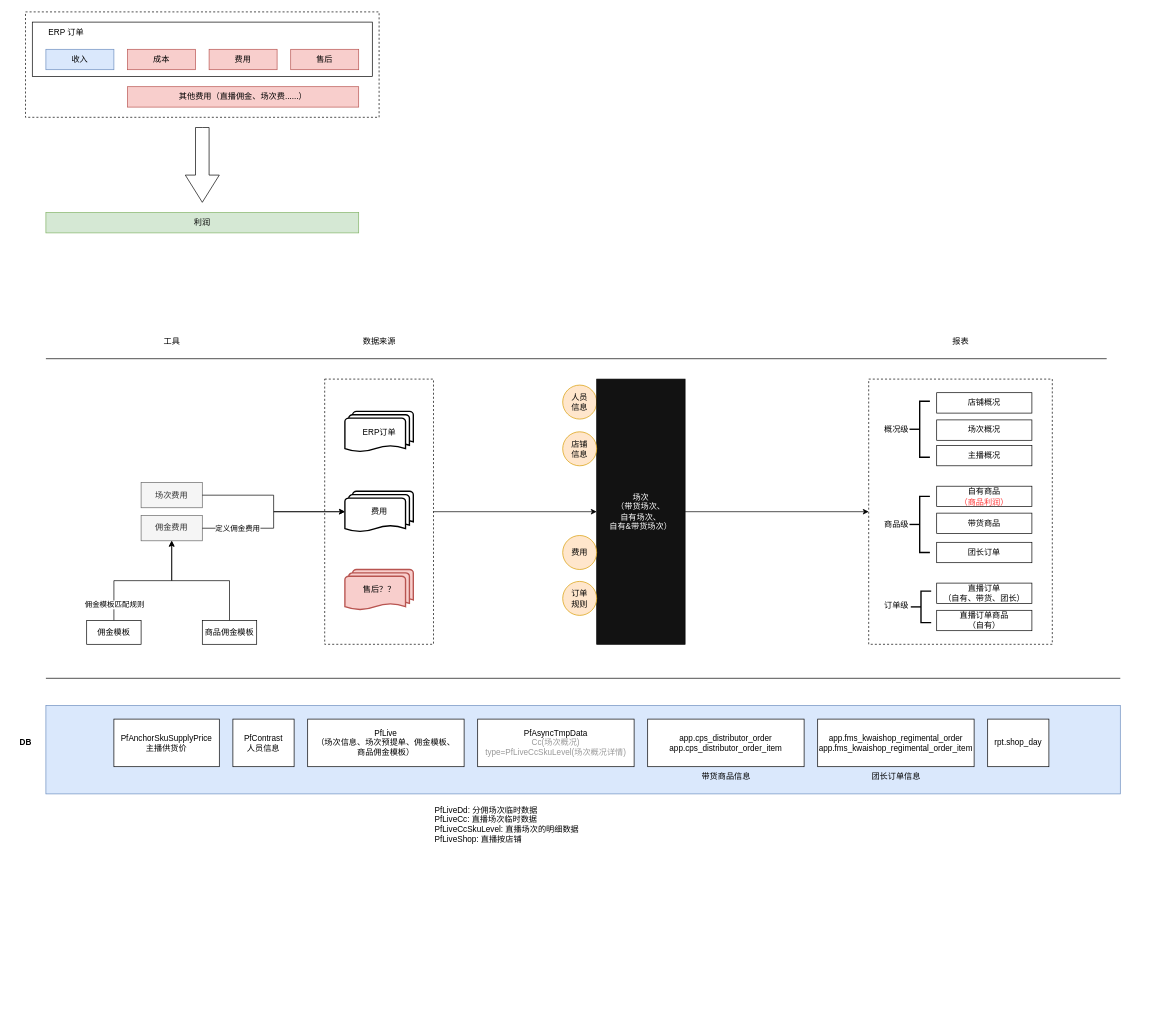
This is pflive.drawio from Timothyliao/diagramsRepo, a draw.io file, before an edit. Source tidied: cells renumbered, new cells numbered last; positions are measured from the earlier drawing's top-left corner, leaving out a move shared by most shapes. Both pictures are drawn from the tidied source at 68%, with x=0, y=0 at pixel (12, 12).
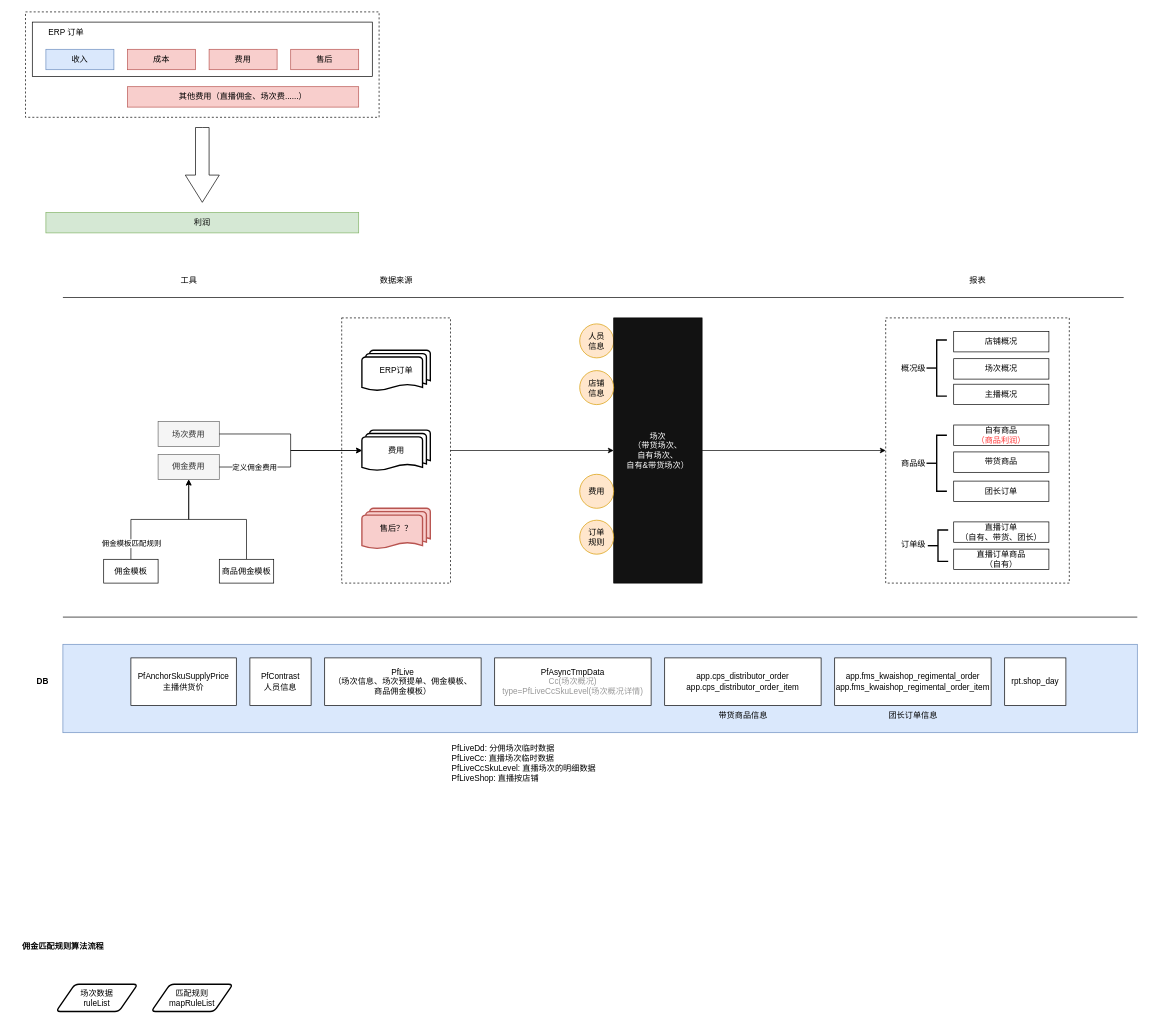
After the change.

The change refers to these unchanged cells:
```xml
<mxCell id="37" style="rounded=0;whiteSpace=wrap;html=1;fillColor=none;dashed=1;" parent="36" vertex="1">
  <mxGeometry width="270" height="390" as="geometry" />
</mxCell>
<mxCell id="53" style="rounded=0;whiteSpace=wrap;html=1;fillColor=none;dashed=1;" parent="52" vertex="1">
  <mxGeometry width="160" height="390" as="geometry" />
</mxCell>
<mxCell id="55" value="费用" style="strokeWidth=2;html=1;shape=mxgraph.flowchart.multi-document;whiteSpace=wrap;" parent="52" vertex="1">
  <mxGeometry x="29.7" y="165" width="100.6" height="60" as="geometry" />
</mxCell>
```

Change to the diagram source:
```diff
@@
-    <mxCell id="2" style="group;" parent="1" vertex="1">
-      <mxGeometry x="810" y="540" width="180" height="390" as="geometry" />
-    </mxCell>
-    <mxCell id="3" value="人员&lt;br&gt;信息" style="ellipse;whiteSpace=wrap;html=1;fillColor=#ffe6cc;strokeColor=#d79b00;" parent="2" vertex="1">
-      <mxGeometry y="8.8" width="50" height="50" as="geometry" />
-    </mxCell>
-    <mxCell id="4" value="&lt;font color=&quot;#ffffff&quot;&gt;场次&lt;br&gt;（带货场次、&lt;br&gt;自有场次、&lt;br&gt;自有&amp;amp;带货场次）&lt;br&gt;&lt;/font&gt;" style="rounded=0;whiteSpace=wrap;html=1;fillColor=#121212;" parent="2" vertex="1">
-      <mxGeometry x="50" width="130" height="390" as="geometry" />
-    </mxCell>
-    <mxCell id="5" value="店铺&lt;br&gt;信息" style="ellipse;whiteSpace=wrap;html=1;fillColor=#ffe6cc;strokeColor=#d79b00;" parent="2" vertex="1">
-      <mxGeometry y="77.5" width="50" height="50" as="geometry" />
-    </mxCell>
-    <mxCell id="6" value="费用" style="ellipse;whiteSpace=wrap;html=1;fillColor=#ffe6cc;strokeColor=#d79b00;" parent="2" vertex="1">
-      <mxGeometry y="230" width="50" height="50" as="geometry" />
-    </mxCell>
-    <mxCell id="7" value="订单&lt;br&gt;规则" style="ellipse;whiteSpace=wrap;html=1;fillColor=#ffe6cc;strokeColor=#d79b00;" parent="2" vertex="1">
-      <mxGeometry y="297.5" width="50" height="50" as="geometry" />
-    </mxCell>
-    <mxCell id="8" style="edgeStyle=orthogonalEdgeStyle;rounded=0;jettySize=auto;html=1;entryX=0;entryY=0.5;entryDx=0;entryDy=0;" parent="1" edge="1" source="53" target="4">
-      <mxGeometry relative="1" as="geometry" />
-    </mxCell>
@@
+    <mxCell id="68" style="group;" parent="1" vertex="1">
+      <mxGeometry x="25" y="380" width="1630" height="760" as="geometry" />
+    </mxCell>
+    <mxCell id="2" style="group;" parent="68" vertex="1">
+      <mxGeometry x="810" y="70" width="180" height="390" as="geometry" />
+    </mxCell>
+    <mxCell id="3" value="人员&lt;br&gt;信息" style="ellipse;whiteSpace=wrap;html=1;fillColor=#ffe6cc;strokeColor=#d79b00;" parent="2" vertex="1">
+      <mxGeometry y="8.8" width="50" height="50" as="geometry" />
+    </mxCell>
+    <mxCell id="4" value="&lt;font color=&quot;#ffffff&quot;&gt;场次&lt;br&gt;（带货场次、&lt;br&gt;自有场次、&lt;br&gt;自有&amp;amp;带货场次）&lt;br&gt;&lt;/font&gt;" style="rounded=0;whiteSpace=wrap;html=1;fillColor=#121212;" parent="2" vertex="1">
+      <mxGeometry x="50" width="130" height="390" as="geometry" />
+    </mxCell>
+    <mxCell id="5" value="店铺&lt;br&gt;信息" style="ellipse;whiteSpace=wrap;html=1;fillColor=#ffe6cc;strokeColor=#d79b00;" parent="2" vertex="1">
+      <mxGeometry y="77.5" width="50" height="50" as="geometry" />
+    </mxCell>
+    <mxCell id="6" value="费用" style="ellipse;whiteSpace=wrap;html=1;fillColor=#ffe6cc;strokeColor=#d79b00;" parent="2" vertex="1">
+      <mxGeometry y="230" width="50" height="50" as="geometry" />
+    </mxCell>
+    <mxCell id="7" value="订单&lt;br&gt;规则" style="ellipse;whiteSpace=wrap;html=1;fillColor=#ffe6cc;strokeColor=#d79b00;" parent="2" vertex="1">
+      <mxGeometry y="297.5" width="50" height="50" as="geometry" />
+    </mxCell>
+    <mxCell id="8" style="edgeStyle=orthogonalEdgeStyle;rounded=0;jettySize=auto;html=1;entryX=0;entryY=0.5;entryDx=0;entryDy=0;" parent="68" edge="1" source="53" target="4">
+      <mxGeometry relative="1" as="geometry" />
+    </mxCell>
-    <mxCell id="19" style="edgeStyle=orthogonalEdgeStyle;rounded=0;jettySize=auto;html=1;entryX=0;entryY=0.5;entryDx=0;entryDy=0;" parent="1" edge="1" source="4" target="37">
+    <mxCell id="19" style="edgeStyle=orthogonalEdgeStyle;rounded=0;jettySize=auto;html=1;entryX=0;entryY=0.5;entryDx=0;entryDy=0;" parent="68" edge="1" source="4" target="37">
       <mxGeometry relative="1" as="geometry" />
     </mxCell>
-    <mxCell id="20" value="佣金费用" style="rounded=0;whiteSpace=wrap;html=1;fillColor=#f5f5f5;fontColor=#333333;strokeColor=#666666;" parent="1" vertex="1">
-      <mxGeometry x="190" y="740.8" width="90" height="37" as="geometry" />
+    <mxCell id="20" value="佣金费用" style="rounded=0;whiteSpace=wrap;html=1;fillColor=#f5f5f5;fontColor=#333333;strokeColor=#666666;" parent="68" vertex="1">
+      <mxGeometry x="190" y="270.8" width="90" height="37" as="geometry" />
     </mxCell>
-    <mxCell id="21" style="edgeStyle=orthogonalEdgeStyle;rounded=0;jettySize=auto;html=1;" parent="1" edge="1" source="23" target="20">
+    <mxCell id="21" style="edgeStyle=orthogonalEdgeStyle;rounded=0;jettySize=auto;html=1;" parent="68" edge="1" source="23" target="20">
       <mxGeometry relative="1" as="geometry" />
     </mxCell>
@@
-    <mxCell id="23" value="佣金模板" style="rounded=0;whiteSpace=wrap;html=1;" parent="1" vertex="1">
-      <mxGeometry x="110" y="895" width="80" height="35" as="geometry" />
+    <mxCell id="23" value="佣金模板" style="rounded=0;whiteSpace=wrap;html=1;" parent="68" vertex="1">
+      <mxGeometry x="110" y="425" width="80" height="35" as="geometry" />
     </mxCell>
-    <mxCell id="24" style="edgeStyle=orthogonalEdgeStyle;rounded=0;jettySize=auto;html=1;" parent="1" edge="1" source="25" target="20">
+    <mxCell id="24" style="edgeStyle=orthogonalEdgeStyle;rounded=0;jettySize=auto;html=1;" parent="68" edge="1" source="25" target="20">
       <mxGeometry relative="1" as="geometry" />
     </mxCell>
-    <mxCell id="25" value="商品佣金模板" style="rounded=0;whiteSpace=wrap;html=1;" parent="1" vertex="1">
-      <mxGeometry x="280" y="895" width="80" height="35" as="geometry" />
+    <mxCell id="25" value="商品佣金模板" style="rounded=0;whiteSpace=wrap;html=1;" parent="68" vertex="1">
+      <mxGeometry x="280" y="425" width="80" height="35" as="geometry" />
     </mxCell>
-    <mxCell id="26" value="场次费用" style="rounded=0;whiteSpace=wrap;html=1;fillColor=#f5f5f5;fontColor=#333333;strokeColor=#666666;" parent="1" vertex="1">
-      <mxGeometry x="190" y="692.2" width="90" height="37" as="geometry" />
+    <mxCell id="26" value="场次费用" style="rounded=0;whiteSpace=wrap;html=1;fillColor=#f5f5f5;fontColor=#333333;strokeColor=#666666;" parent="68" vertex="1">
+      <mxGeometry x="190" y="222.2" width="90" height="37" as="geometry" />
     </mxCell>
-    <mxCell id="27" style="edgeStyle=orthogonalEdgeStyle;rounded=0;jettySize=auto;html=1;entryX=0;entryY=0.5;entryDx=0;entryDy=0;entryPerimeter=0;" parent="1" edge="1" source="20" target="55">
+    <mxCell id="27" style="edgeStyle=orthogonalEdgeStyle;rounded=0;jettySize=auto;html=1;entryX=0;entryY=0.5;entryDx=0;entryDy=0;entryPerimeter=0;" parent="68" edge="1" source="20" target="55">
       <mxGeometry relative="1" as="geometry" />
     </mxCell>
@@
-    <mxCell id="29" style="edgeStyle=orthogonalEdgeStyle;rounded=0;jettySize=auto;html=1;entryX=0;entryY=0.5;entryDx=0;entryDy=0;entryPerimeter=0;" parent="1" edge="1" source="26" target="55">
+    <mxCell id="29" style="edgeStyle=orthogonalEdgeStyle;rounded=0;jettySize=auto;html=1;entryX=0;entryY=0.5;entryDx=0;entryDy=0;entryPerimeter=0;" parent="68" edge="1" source="26" target="55">
       <mxGeometry relative="1" as="geometry" />
     </mxCell>
-    <mxCell id="30" style="rounded=0;whiteSpace=wrap;html=1;fillColor=#dae8fc;strokeColor=#6c8ebf;" parent="1" vertex="1">
-      <mxGeometry x="50" y="1020" width="1580" height="130" as="geometry" />
+    <mxCell id="30" style="rounded=0;whiteSpace=wrap;html=1;fillColor=#dae8fc;strokeColor=#6c8ebf;" parent="68" vertex="1">
+      <mxGeometry x="50" y="550" width="1580" height="130" as="geometry" />
     </mxCell>
-    <mxCell id="31" value="PfLive&lt;br&gt;（场次信息、场次预提单、佣金模板、&lt;br&gt;商品佣金模板）" style="rounded=0;whiteSpace=wrap;html=1;flipH=0;flipV=1;" parent="1" vertex="1">
-      <mxGeometry x="435" y="1040" width="230" height="70" as="geometry" />
+    <mxCell id="31" value="PfLive&lt;br&gt;（场次信息、场次预提单、佣金模板、&lt;br&gt;商品佣金模板）" style="rounded=0;whiteSpace=wrap;html=1;flipH=0;flipV=1;" parent="68" vertex="1">
+      <mxGeometry x="435" y="570" width="230" height="70" as="geometry" />
     </mxCell>
-    <mxCell id="32" value="rpt.shop_day" style="rounded=0;whiteSpace=wrap;html=1;flipH=0;flipV=1;" parent="1" vertex="1">
-      <mxGeometry x="1435" y="1040" width="90" height="70" as="geometry" />
+    <mxCell id="32" value="rpt.shop_day" style="rounded=0;whiteSpace=wrap;html=1;flipH=0;flipV=1;" parent="68" vertex="1">
+      <mxGeometry x="1435" y="570" width="90" height="70" as="geometry" />
     </mxCell>
-    <mxCell id="33" value="PfAsyncTmpData&lt;br style=&quot;border-color: var(--border-color);&quot;&gt;&lt;font color=&quot;#999999&quot;&gt;Cc(场次概况)&lt;br style=&quot;border-color: var(--border-color);&quot;&gt;type=PfLiveCcSkuLevel(场次概况详情)&lt;/font&gt;" style="rounded=0;whiteSpace=wrap;html=1;flipH=0;flipV=1;" parent="1" vertex="1">
-      <mxGeometry x="685" y="1040" width="230" height="70" as="geometry" />
+    <mxCell id="33" value="PfAsyncTmpData&lt;br style=&quot;border-color: var(--border-color);&quot;&gt;&lt;font color=&quot;#999999&quot;&gt;Cc(场次概况)&lt;br style=&quot;border-color: var(--border-color);&quot;&gt;type=PfLiveCcSkuLevel(场次概况详情)&lt;/font&gt;" style="rounded=0;whiteSpace=wrap;html=1;flipH=0;flipV=1;" parent="68" vertex="1">
+      <mxGeometry x="685" y="570" width="230" height="70" as="geometry" />
     </mxCell>
-    <mxCell id="34" value="app.cps_distributor_order&lt;br&gt;app.cps_distributor_order_item" style="rounded=0;whiteSpace=wrap;html=1;flipH=0;flipV=1;" parent="1" vertex="1">
-      <mxGeometry x="935" y="1040" width="230" height="70" as="geometry" />
+    <mxCell id="34" value="app.cps_distributor_order&lt;br&gt;app.cps_distributor_order_item" style="rounded=0;whiteSpace=wrap;html=1;flipH=0;flipV=1;" parent="68" vertex="1">
+      <mxGeometry x="935" y="570" width="230" height="70" as="geometry" />
     </mxCell>
-    <mxCell id="35" value="app.fms_kwaishop_regimental_order&lt;br&gt;app.fms_kwaishop_regimental_order_item" style="rounded=0;whiteSpace=wrap;html=1;flipH=0;flipV=1;" parent="1" vertex="1">
-      <mxGeometry x="1185" y="1040" width="230" height="70" as="geometry" />
+    <mxCell id="35" value="app.fms_kwaishop_regimental_order&lt;br&gt;app.fms_kwaishop_regimental_order_item" style="rounded=0;whiteSpace=wrap;html=1;flipH=0;flipV=1;" parent="68" vertex="1">
+      <mxGeometry x="1185" y="570" width="230" height="70" as="geometry" />
     </mxCell>
-    <mxCell id="36" style="group;" parent="1" vertex="1">
-      <mxGeometry x="1260" y="540" width="270" height="390" as="geometry" />
+    <mxCell id="36" style="group;" parent="68" vertex="1">
+      <mxGeometry x="1260" y="70" width="270" height="390" as="geometry" />
     </mxCell>
@@
-    <mxCell id="52" style="group;" parent="1" vertex="1">
-      <mxGeometry x="460" y="540" width="160" height="390" as="geometry" />
+    <mxCell id="52" style="group;" parent="68" vertex="1">
+      <mxGeometry x="460" y="70" width="160" height="390" as="geometry" />
     </mxCell>
@@
-    <mxCell id="57" value="&lt;b&gt;DB&lt;/b&gt;" style="text;html=1;align=center;verticalAlign=middle;strokeColor=none;fillColor=none;" parent="1" vertex="1">
-      <mxGeometry y="1060" width="40" height="30" as="geometry" />
+    <mxCell id="57" value="&lt;b&gt;DB&lt;/b&gt;" style="text;html=1;align=center;verticalAlign=middle;strokeColor=none;fillColor=none;" parent="68" vertex="1">
+      <mxGeometry y="590" width="40" height="30" as="geometry" />
     </mxCell>
-    <mxCell id="58" value="数据来源" style="text;html=1;align=center;verticalAlign=middle;strokeColor=none;fillColor=none;" parent="1" vertex="1">
-      <mxGeometry x="505" y="470" width="70" height="30" as="geometry" />
+    <mxCell id="58" value="数据来源" style="text;html=1;align=center;verticalAlign=middle;strokeColor=none;fillColor=none;" parent="68" vertex="1">
+      <mxGeometry x="505" width="70" height="30" as="geometry" />
     </mxCell>
-    <mxCell id="59" value="报表" style="text;html=1;align=center;verticalAlign=middle;strokeColor=none;fillColor=none;" parent="1" vertex="1">
-      <mxGeometry x="1370" y="470" width="50" height="30" as="geometry" />
+    <mxCell id="59" value="报表" style="text;html=1;align=center;verticalAlign=middle;strokeColor=none;fillColor=none;" parent="68" vertex="1">
+      <mxGeometry x="1370" width="50" height="30" as="geometry" />
     </mxCell>
-    <mxCell id="60" style="endArrow=none;html=1;rounded=0;" parent="1" edge="1">
+    <mxCell id="60" style="endArrow=none;html=1;rounded=0;" parent="68" edge="1">
       <mxGeometry relative="1" as="geometry">
-        <mxPoint x="50" y="510" as="sourcePoint" />
-        <mxPoint x="1610" y="510" as="targetPoint" />
+        <mxPoint x="50" y="40" as="sourcePoint" />
+        <mxPoint x="1610" y="40" as="targetPoint" />
       </mxGeometry>
     </mxCell>
-    <mxCell id="61" style="endArrow=none;html=1;rounded=0;" parent="1" edge="1">
+    <mxCell id="61" style="endArrow=none;html=1;rounded=0;" parent="68" edge="1">
       <mxGeometry relative="1" as="geometry">
-        <mxPoint x="50" y="980" as="sourcePoint" />
-        <mxPoint x="1630" y="980" as="targetPoint" />
+        <mxPoint x="50" y="510" as="sourcePoint" />
+        <mxPoint x="1630" y="510" as="targetPoint" />
       </mxGeometry>
     </mxCell>
-    <mxCell id="62" value="&lt;div&gt;PfLiveDd: 分佣场次临时数据&lt;/div&gt;&lt;div&gt;PfLiveCc: 直播场次临时数据&lt;/div&gt;&lt;div&gt;PfLiveCcSkuLevel: 直播场次的明细数据&lt;/div&gt;&lt;div&gt;PfLiveShop: 直播按店铺&lt;/div&gt;" style="text;html=1;align=left;verticalAlign=middle;strokeColor=none;fillColor=none;" parent="1" vertex="1">
-      <mxGeometry x="620" y="1160" width="240" height="70" as="geometry" />
+    <mxCell id="62" value="&lt;div&gt;PfLiveDd: 分佣场次临时数据&lt;/div&gt;&lt;div&gt;PfLiveCc: 直播场次临时数据&lt;/div&gt;&lt;div&gt;PfLiveCcSkuLevel: 直播场次的明细数据&lt;/div&gt;&lt;div&gt;PfLiveShop: 直播按店铺&lt;/div&gt;" style="text;html=1;align=left;verticalAlign=middle;strokeColor=none;fillColor=none;" parent="68" vertex="1">
+      <mxGeometry x="620" y="690" width="240" height="70" as="geometry" />
     </mxCell>
-    <mxCell id="63" value="工具" style="text;html=1;align=center;verticalAlign=middle;strokeColor=none;fillColor=none;" parent="1" vertex="1">
-      <mxGeometry x="210" y="470" width="50" height="30" as="geometry" />
+    <mxCell id="63" value="工具" style="text;html=1;align=center;verticalAlign=middle;strokeColor=none;fillColor=none;" parent="68" vertex="1">
+      <mxGeometry x="210" width="50" height="30" as="geometry" />
     </mxCell>
-    <mxCell id="64" value="PfContrast&lt;br&gt;人员信息" style="rounded=0;whiteSpace=wrap;html=1;flipH=0;flipV=1;" parent="1" vertex="1">
-      <mxGeometry x="325" y="1040" width="90" height="70" as="geometry" />
+    <mxCell id="64" value="PfContrast&lt;br&gt;人员信息" style="rounded=0;whiteSpace=wrap;html=1;flipH=0;flipV=1;" parent="68" vertex="1">
+      <mxGeometry x="325" y="570" width="90" height="70" as="geometry" />
     </mxCell>
-    <mxCell id="65" value="带货商品信息" style="text;html=1;align=center;verticalAlign=middle;strokeColor=none;fillColor=none;" parent="1" vertex="1">
-      <mxGeometry x="1000" y="1110" width="100" height="30" as="geometry" />
+    <mxCell id="65" value="带货商品信息" style="text;html=1;align=center;verticalAlign=middle;strokeColor=none;fillColor=none;" parent="68" vertex="1">
+      <mxGeometry x="1000" y="640" width="100" height="30" as="geometry" />
     </mxCell>
-    <mxCell id="66" value="团长订单信息" style="text;html=1;align=center;verticalAlign=middle;strokeColor=none;fillColor=none;" parent="1" vertex="1">
-      <mxGeometry x="1250" y="1110" width="100" height="30" as="geometry" />
+    <mxCell id="66" value="团长订单信息" style="text;html=1;align=center;verticalAlign=middle;strokeColor=none;fillColor=none;" parent="68" vertex="1">
+      <mxGeometry x="1250" y="640" width="100" height="30" as="geometry" />
     </mxCell>
-    <mxCell id="67" value="PfAnchorSkuSupplyPrice&lt;br&gt;主播供货价" style="rounded=0;whiteSpace=wrap;html=1;flipH=0;flipV=1;" parent="1" vertex="1">
-      <mxGeometry x="150" y="1040" width="155" height="70" as="geometry" />
+    <mxCell id="67" value="PfAnchorSkuSupplyPrice&lt;br&gt;主播供货价" style="rounded=0;whiteSpace=wrap;html=1;flipH=0;flipV=1;" parent="68" vertex="1">
+      <mxGeometry x="150" y="570" width="155" height="70" as="geometry" />
     </mxCell>
+    <mxCell id="69" value="佣金匹配规则算法流程" style="text;html=1;align=center;verticalAlign=middle;strokeColor=none;fillColor=none;fontStyle=1;" parent="1" vertex="1">
+      <mxGeometry x="5" y="1360" width="140" height="30" as="geometry" />
+    </mxCell>
+    <mxCell id="70" value="匹配规则&lt;br&gt;mapRuleList" style="shape=parallelogram;html=1;strokeWidth=2;perimeter=parallelogramPerimeter;whiteSpace=wrap;rounded=1;arcSize=12;size=0.23;" parent="1" vertex="1">
+      <mxGeometry x="205" y="1430" width="120" height="40" as="geometry" />
+    </mxCell>
+    <mxCell id="71" value="场次数据&lt;br style=&quot;border-color: var(--border-color);&quot;&gt;ruleList" style="shape=parallelogram;html=1;strokeWidth=2;perimeter=parallelogramPerimeter;whiteSpace=wrap;rounded=1;arcSize=12;size=0.23;" parent="1" vertex="1">
+      <mxGeometry x="65" y="1430" width="120" height="40" as="geometry" />
+    </mxCell>
```
